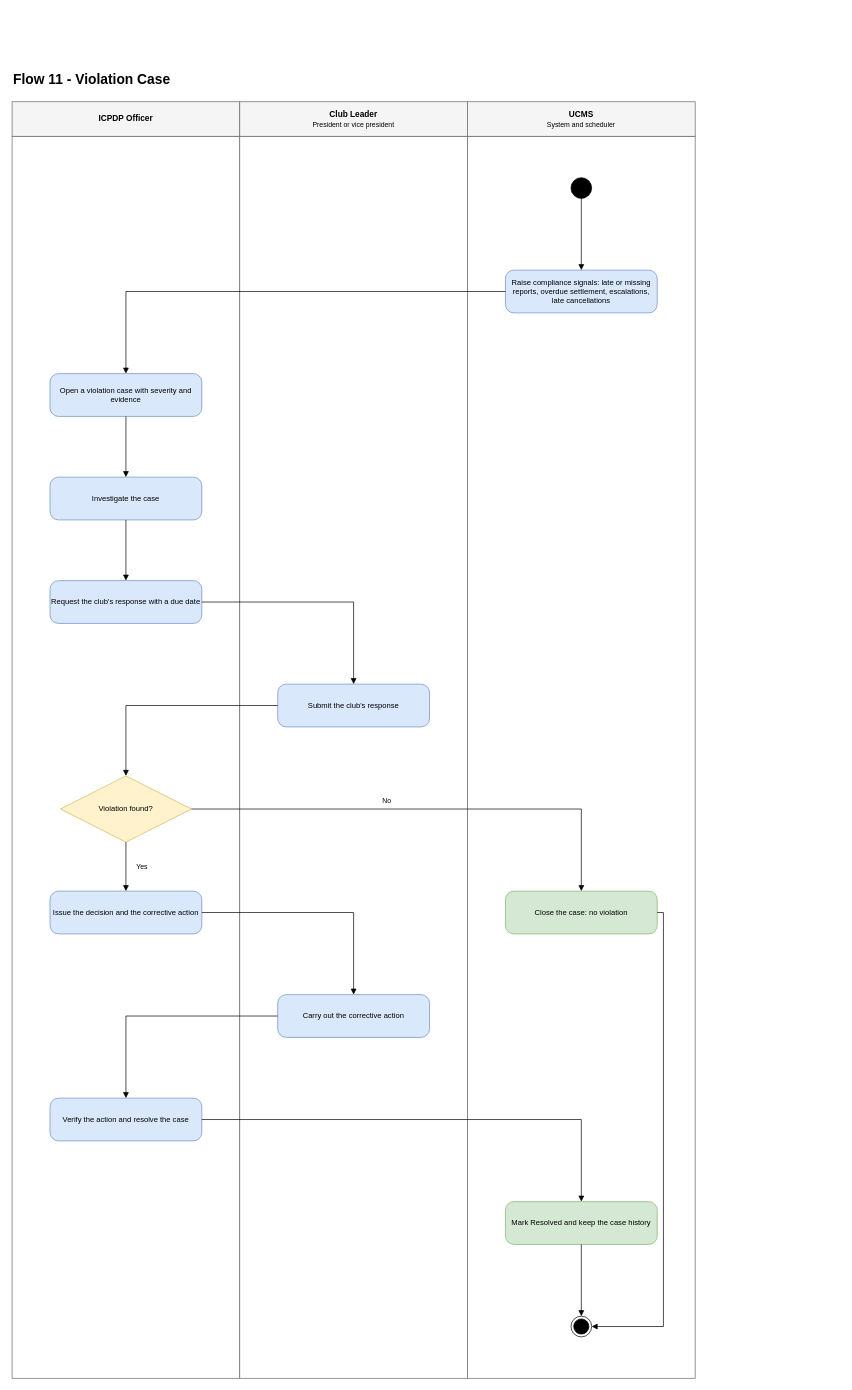
nvdekay/ClubManagementSystem keeps this draw.io diagram as page "11 Violation Case" (11 of 14) of docs/03-diagrams/UCMS_Swimlane_Flows.drawio. Above is the earlier version. Source tidied: cells renumbered, new cells numbered last; positions are measured from the earlier drawing's top-left corner, leaving out a move shared by most shapes. Both pictures are drawn from the tidied source at 69%, with x=0, y=0 at pixel (12, 67).
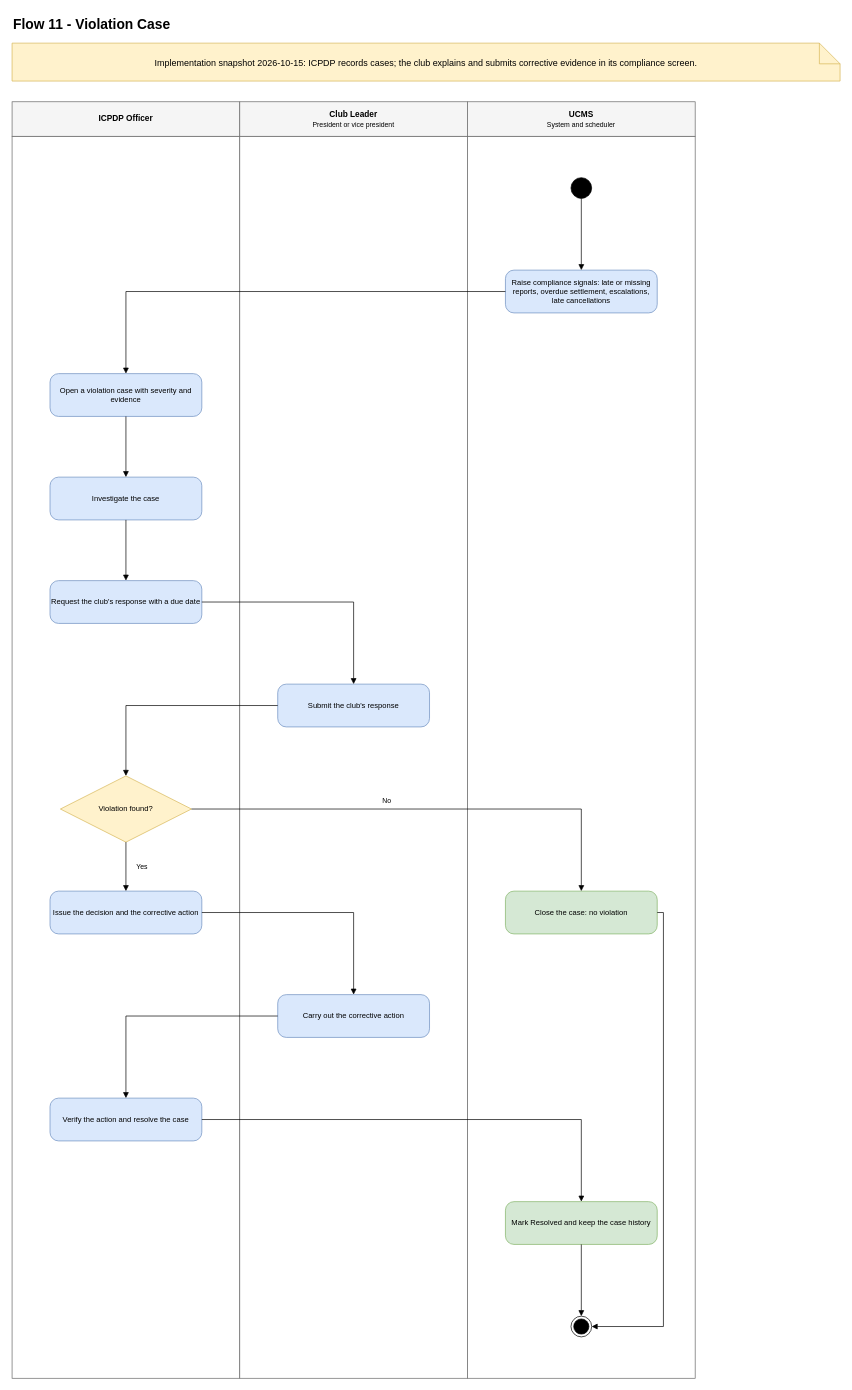
Above is the later version.

Change to the diagram source:
```diff
@@
     <mxCell id="2" value="Flow 11 - Violation Case" style="text;html=1;fontSize=20;fontStyle=1;align=left;verticalAlign=middle;" parent="1" vertex="1">
-      <mxGeometry width="990" height="34" as="geometry" />
+      <mxGeometry y="-80" width="990" height="34" as="geometry" />
     </mxCell>
@@
+    <mxCell id="37" value="Implementation snapshot 2026-10-15: ICPDP records cases; the club explains and submits corrective evidence in its compliance screen." style="whiteSpace=wrap;html=1;fontFamily=Arial;fontSize=14;shape=note;fillColor=#fff2cc;strokeColor=#d6b656;fontSize=13;" parent="1" vertex="1">
+      <mxGeometry y="-35" width="1200" height="55" as="geometry" />
+    </mxCell>
```
